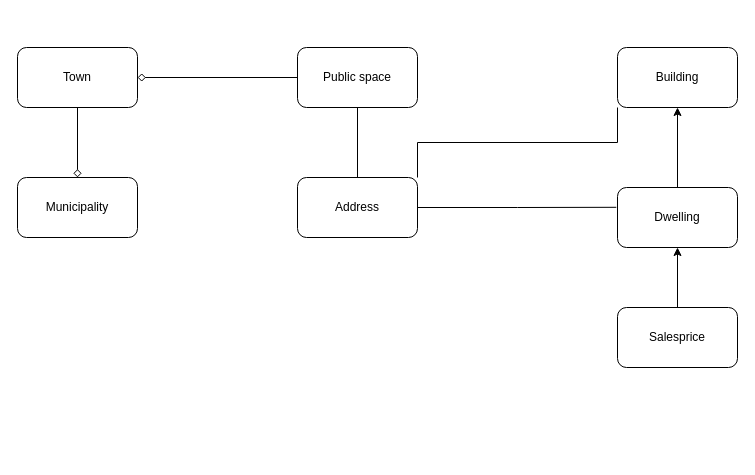
Above: images/UML diagram.drawio in miihcr/EMOS-production-systems (draw.io), before the change. Source tidied: cells renumbered, new cells numbered last; positions are measured from the earlier drawing's top-left corner, leaving out a move shared by most shapes. Both pictures are drawn from the tidied source at 100%, with x=0, y=0 at pixel (17, 47).
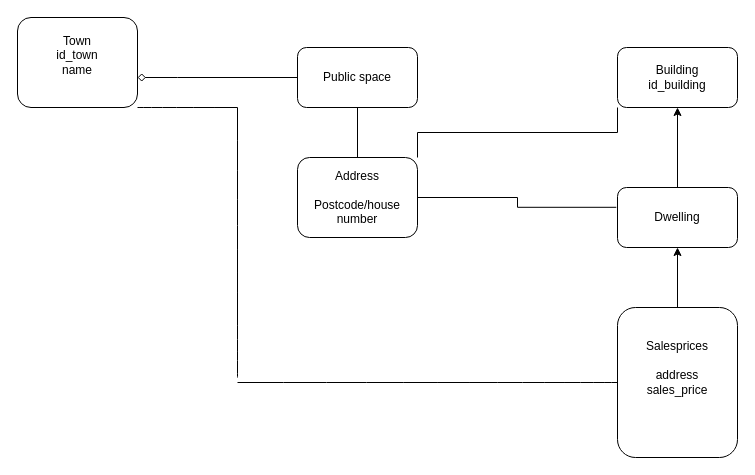
After the change.

Unchanged cells that the change refers to:
```xml
<mxCell id="7" value="Public space" style="rounded=1;whiteSpace=wrap;html=1;" parent="1" vertex="1">
  <mxGeometry x="280" width="120" height="60" as="geometry" />
</mxCell>
```

Diff of the diagram source:
```diff
@@
-    <mxCell id="2" style="edgeStyle=orthogonalEdgeStyle;rounded=0;jettySize=auto;html=1;exitX=0.5;exitY=1;exitDx=0;exitDy=0;endArrow=diamond;endFill=0;" parent="1" edge="1" source="3" target="4">
-      <mxGeometry relative="1" as="geometry" />
-    </mxCell>
+    <mxCell id="16" style="edgeStyle=none;curved=1;rounded=0;jettySize=auto;html=1;exitX=1;exitY=1;exitDx=0;exitDy=0;fontSize=12;startSize=8;endSize=8;endArrow=none;endFill=0;" parent="1" edge="1" source="3">
+      <mxGeometry relative="1" as="geometry">
+        <mxPoint x="220" y="60" as="targetPoint" />
+      </mxGeometry>
+    </mxCell>
-    <mxCell id="3" value="Town" style="rounded=1;whiteSpace=wrap;html=1;" parent="1" vertex="1">
-      <mxGeometry width="120" height="60" as="geometry" />
+    <mxCell id="3" value="Town&lt;br&gt;id_town&lt;br&gt;name&lt;div&gt;&lt;br/&gt;&lt;/div&gt;" style="rounded=1;whiteSpace=wrap;html=1;" parent="1" vertex="1">
+      <mxGeometry y="-30" width="120" height="90" as="geometry" />
     </mxCell>
-    <mxCell id="4" value="Municipality" style="rounded=1;whiteSpace=wrap;html=1;" parent="1" vertex="1">
-      <mxGeometry y="130" width="120" height="60" as="geometry" />
-    </mxCell>
     <mxCell id="5" style="edgeStyle=orthogonalEdgeStyle;rounded=0;jettySize=auto;html=1;exitX=0;exitY=0.5;exitDx=0;exitDy=0;endArrow=diamond;endFill=0;strokeWidth=1;startSize=6;" parent="1" edge="1" source="7" target="3">
-      <mxGeometry relative="1" as="geometry" />
+      <mxGeometry relative="1" as="geometry">
+        <Array as="points">
+          <mxPoint x="160" y="30" />
+          <mxPoint x="160" y="30" />
+        </Array>
+      </mxGeometry>
     </mxCell>
@@
-    <mxCell id="10" value="Building" style="rounded=1;whiteSpace=wrap;html=1;" parent="1" vertex="1">
+    <mxCell id="10" value="Building&lt;br&gt;id_building" style="rounded=1;whiteSpace=wrap;html=1;" parent="1" vertex="1">
       <mxGeometry x="600" width="120" height="60" as="geometry" />
     </mxCell>
@@
-    <mxCell id="12" value="Address" style="rounded=1;whiteSpace=wrap;html=1;" parent="1" vertex="1">
-      <mxGeometry x="280" y="130" width="120" height="60" as="geometry" />
+    <mxCell id="12" value="Address&lt;br&gt;&lt;br&gt;Postcode/house number" style="rounded=1;whiteSpace=wrap;html=1;" parent="1" vertex="1">
+      <mxGeometry x="280" y="110" width="120" height="80" as="geometry" />
     </mxCell>
@@
+    <mxCell id="17" style="edgeStyle=none;curved=1;rounded=0;jettySize=auto;html=1;exitX=0;exitY=0.5;exitDx=0;exitDy=0;fontSize=12;startSize=8;endSize=8;endArrow=none;endFill=0;" parent="1" edge="1" source="14">
+      <mxGeometry relative="1" as="geometry">
+        <mxPoint x="220" y="335" as="targetPoint" />
+      </mxGeometry>
+    </mxCell>
-    <mxCell id="14" value="Salesprice" style="rounded=1;whiteSpace=wrap;html=1;" parent="1" vertex="1">
-      <mxGeometry x="600" y="260" width="120" height="60" as="geometry" />
+    <mxCell id="14" value="Salesprices&lt;br&gt;&lt;br&gt;address&lt;br&gt;sales_price&lt;br&gt;&lt;br&gt;&lt;div&gt;&lt;br&gt;&lt;/div&gt;" style="rounded=1;whiteSpace=wrap;html=1;" parent="1" vertex="1">
+      <mxGeometry x="600" y="260" width="120" height="150" as="geometry" />
     </mxCell>
@@
+    <mxCell id="18" style="endArrow=none;html=1;rounded=0;fontSize=12;startSize=8;endSize=8;curved=1;" parent="1" edge="1">
+      <mxGeometry relative="1" as="geometry">
+        <mxPoint x="220" y="330" as="sourcePoint" />
+        <mxPoint x="220" y="60" as="targetPoint" />
+      </mxGeometry>
+    </mxCell>
```
